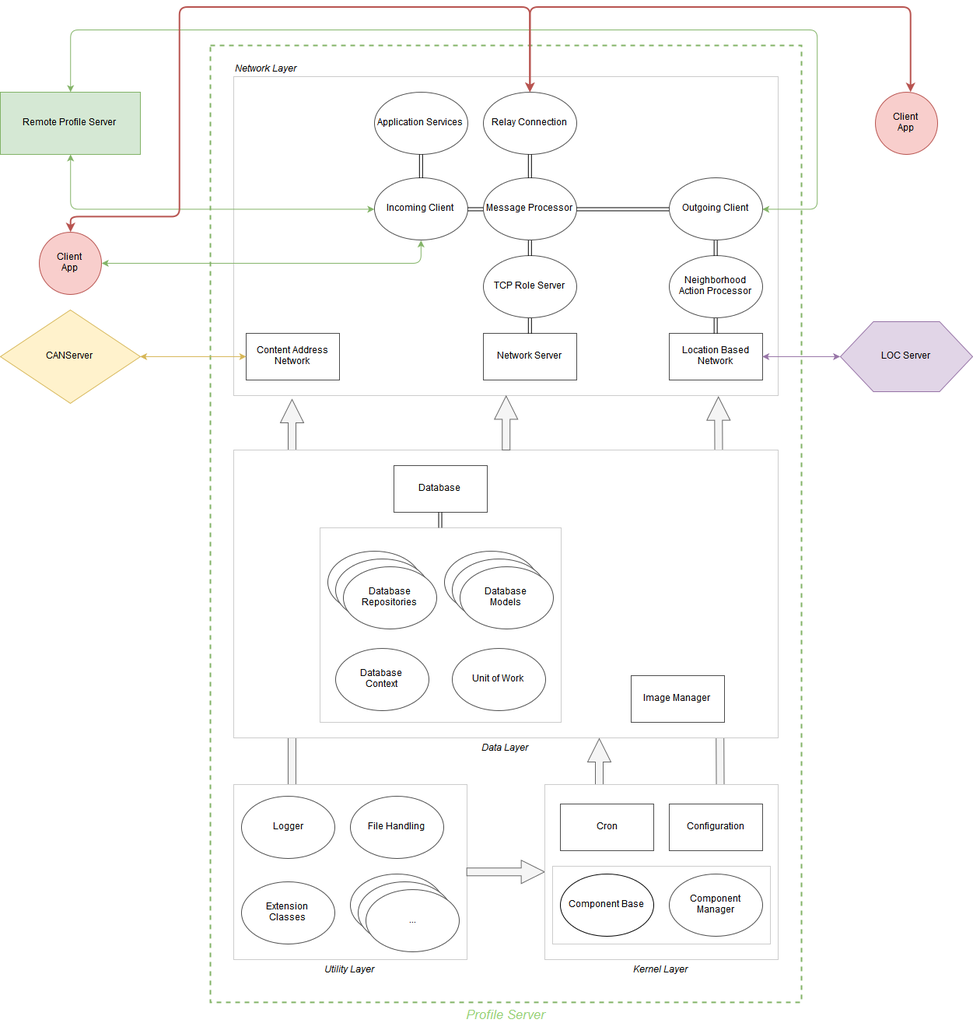
Above: docs/images/ps-component-layers.png in Internet-of-People/iop-profile-server (draw.io), before the change. Source tidied: cells renumbered, new cells last; positions are measured from the earlier drawing's top-left corner, leaving out a move shared by most shapes.
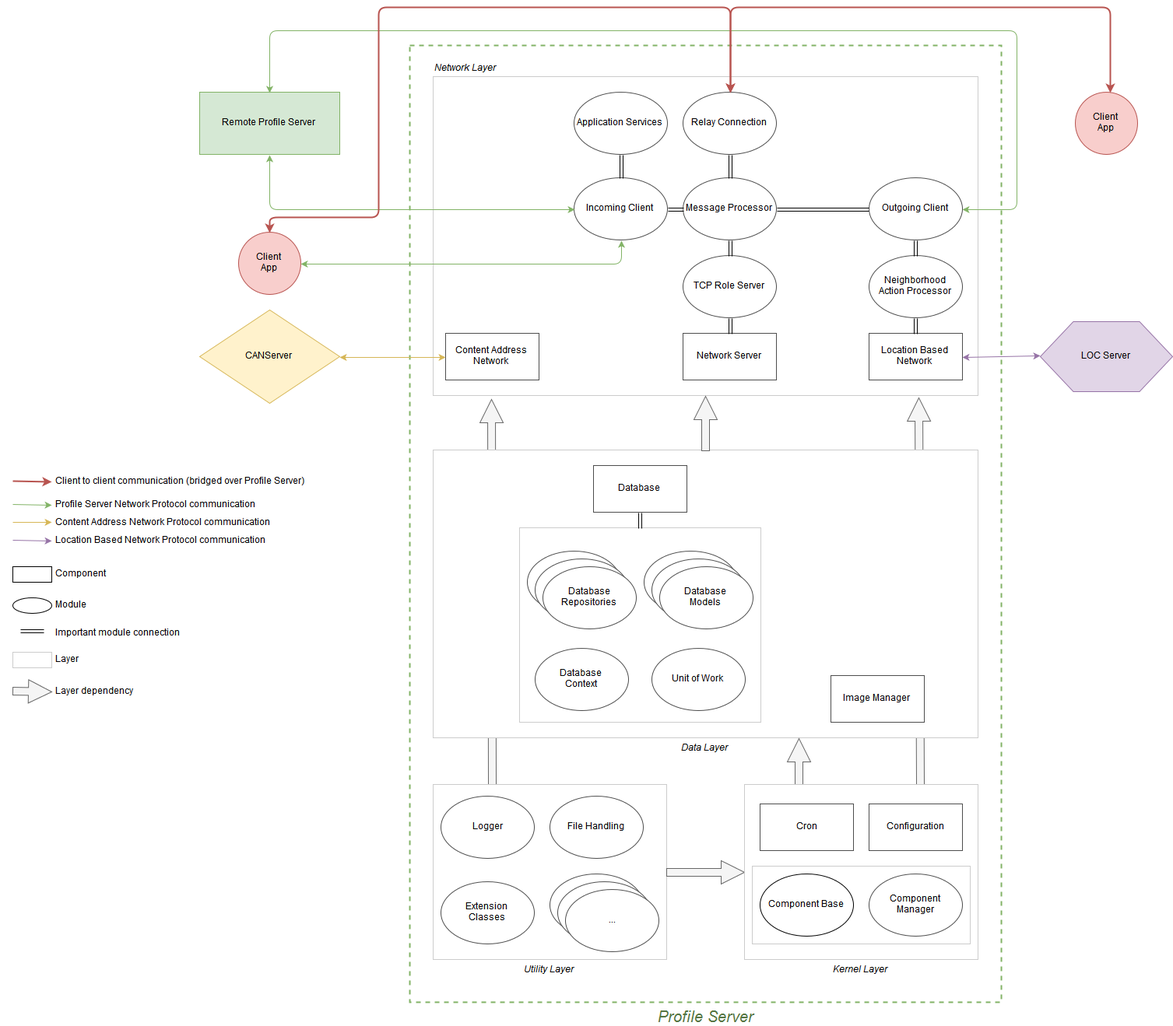
Later version of the same file.

What changed in the source:
```diff
@@ -2,7 +2,7 @@
   <root>
     <mxCell id="0" />
     <mxCell id="1" parent="0" />
-    <mxCell id="2" value="Profile Server&lt;br&gt;" style="whiteSpace=wrap;html=1;strokeColor=#82b366;fontColor=#97D077;align=center;fillColor=none;strokeWidth=2;dashed=1;labelPosition=center;verticalLabelPosition=bottom;verticalAlign=top;fontStyle=2;fontSize=17;" parent="1" vertex="1">
+    <mxCell id="2" value="Profile Server&lt;br&gt;" style="whiteSpace=wrap;html=1;strokeColor=#82b366;fontColor=#557543;align=center;fillColor=none;strokeWidth=2;dashed=1;labelPosition=center;verticalLabelPosition=bottom;verticalAlign=top;fontStyle=2;fontSize=20;" parent="1" vertex="1">
       <mxGeometry x="270" y="49" width="760" height="1230" as="geometry" />
     </mxCell>
     <mxCell id="3" style="endArrow=classic;html=1;strokeWidth=1;fontColor=#CCCCCC;exitX=0.75;exitY=0;entryX=0.89;entryY=1.005;entryPerimeter=0;shape=arrow;fillColor=#f5f5f5;strokeColor=#666666;" parent="1" edge="1" source="51" target="5">
@@ -231,5 +231,63 @@
         </Array>
       </mxGeometry>
     </mxCell>
+    <mxCell id="69" style="endArrow=classic;html=1;labelBackgroundColor=#CCCCCC;strokeWidth=2;fillColor=#f8cecc;fontSize=20;fontColor=#557543;strokeColor=#b85450;entryX=0;entryY=0.5;" parent="1" edge="1" target="70">
+      <mxGeometry relative="1" as="geometry">
+        <mxPoint x="-240" y="609" as="sourcePoint" />
+      </mxGeometry>
+    </mxCell>
+    <mxCell id="70" value="Client to client communication (bridged over Profile Server)&lt;br&gt;" style="text;html=1;strokeColor=none;fillColor=none;align=left;verticalAlign=middle;whiteSpace=wrap;dashed=1;fontSize=12;fontColor=#000000;spacingTop=0;spacingLeft=3;" parent="1" vertex="1">
+      <mxGeometry x="-190" y="599" width="340" height="20" as="geometry" />
+    </mxCell>
+    <mxCell id="71" style="endArrow=classic;html=1;labelBackgroundColor=#CCCCCC;strokeWidth=1;fillColor=#d5e8d4;fontSize=20;fontColor=#557543;strokeColor=#82b366;entryX=0;entryY=0.5;" parent="1" edge="1" target="72">
+      <mxGeometry relative="1" as="geometry">
+        <mxPoint x="-240" y="639" as="sourcePoint" />
+      </mxGeometry>
+    </mxCell>
+    <mxCell id="72" value="Profile Server Network Protocol communication&lt;br&gt;" style="text;html=1;strokeColor=none;fillColor=none;align=left;verticalAlign=middle;whiteSpace=wrap;dashed=1;fontSize=12;fontColor=#000000;spacingTop=0;spacingLeft=3;" parent="1" vertex="1">
+      <mxGeometry x="-190" y="629" width="340" height="20" as="geometry" />
+    </mxCell>
+    <mxCell id="73" style="endArrow=classic;html=1;labelBackgroundColor=#CCCCCC;strokeWidth=1;fillColor=#fff2cc;fontSize=20;fontColor=#557543;strokeColor=#d6b656;entryX=0;entryY=0.5;" parent="1" edge="1" target="74">
+      <mxGeometry relative="1" as="geometry">
+        <mxPoint x="-240" y="662" as="sourcePoint" />
+      </mxGeometry>
+    </mxCell>
+    <mxCell id="74" value="Content Address Network Protocol communication&lt;br&gt;" style="text;html=1;strokeColor=none;fillColor=none;align=left;verticalAlign=middle;whiteSpace=wrap;dashed=1;fontSize=12;fontColor=#000000;spacingTop=0;spacingLeft=3;" parent="1" vertex="1">
+      <mxGeometry x="-190" y="652" width="340" height="20" as="geometry" />
+    </mxCell>
+    <mxCell id="75" style="endArrow=classic;html=1;labelBackgroundColor=#CCCCCC;strokeWidth=1;fillColor=#e1d5e7;fontSize=20;fontColor=#557543;strokeColor=#9673a6;entryX=0;entryY=0.5;" parent="1" edge="1" target="76">
+      <mxGeometry relative="1" as="geometry">
+        <mxPoint x="-240" y="685" as="sourcePoint" />
+      </mxGeometry>
+    </mxCell>
+    <mxCell id="76" value="Location Based Network Protocol communication&lt;br&gt;" style="text;html=1;strokeColor=none;fillColor=none;align=left;verticalAlign=middle;whiteSpace=wrap;dashed=1;fontSize=12;fontColor=#000000;spacingTop=0;spacingLeft=3;" parent="1" vertex="1">
+      <mxGeometry x="-190" y="675" width="340" height="20" as="geometry" />
+    </mxCell>
+    <mxCell id="77" value="Component" style="whiteSpace=wrap;html=1;strokeColor=#000000;strokeWidth=1;fillColor=none;fontSize=12;fontColor=#000000;align=left;labelPosition=right;verticalLabelPosition=middle;verticalAlign=middle;spacingLeft=3;" parent="1" vertex="1">
+      <mxGeometry x="-240" y="719" width="50" height="20" as="geometry" />
+    </mxCell>
+    <mxCell id="78" value="Module" style="ellipse;whiteSpace=wrap;html=1;strokeColor=#000000;strokeWidth=1;fillColor=none;fontSize=12;fontColor=#000000;align=left;spacingLeft=3;labelPosition=right;verticalLabelPosition=middle;verticalAlign=middle;" parent="1" vertex="1">
+      <mxGeometry x="-240" y="759" width="50" height="20" as="geometry" />
+    </mxCell>
+    <mxCell id="79" value="Layer" style="whiteSpace=wrap;html=1;strokeColor=#CCCCCC;strokeWidth=1;fillColor=none;fontSize=12;fontColor=#000000;align=left;labelPosition=right;verticalLabelPosition=middle;verticalAlign=middle;spacingLeft=3;" parent="1" vertex="1">
+      <mxGeometry x="-240" y="829" width="50" height="20" as="geometry" />
+    </mxCell>
+    <mxCell id="80" style="endArrow=classic;startArrow=classic;html=1;labelBackgroundColor=#CCCCCC;strokeWidth=1;fillColor=#ffffff;fontSize=12;fontColor=#000000;shape=link;" parent="1" edge="1">
+      <mxGeometry relative="1" as="geometry">
+        <mxPoint x="-230" y="802" as="sourcePoint" />
+        <mxPoint x="-200" y="802" as="targetPoint" />
+      </mxGeometry>
+    </mxCell>
+    <mxCell id="81" value="Important module connection&lt;br&gt;" style="text;html=1;strokeColor=none;fillColor=none;align=left;verticalAlign=middle;whiteSpace=wrap;fontSize=12;fontColor=#000000;spacingLeft=3;" parent="1" vertex="1">
+      <mxGeometry x="-190" y="794" width="180" height="20" as="geometry" />
+    </mxCell>
+    <mxCell id="82" style="endArrow=classic;html=1;labelBackgroundColor=#CCCCCC;strokeWidth=1;fillColor=#f5f5f5;fontSize=12;fontColor=#000000;shape=arrow;strokeColor=#666666;entryX=0;entryY=0.5;" parent="1" edge="1" target="83">
+      <mxGeometry relative="1" as="geometry">
+        <mxPoint x="-240" y="879" as="sourcePoint" />
+      </mxGeometry>
+    </mxCell>
+    <mxCell id="83" value="Layer dependency&lt;br&gt;" style="text;html=1;strokeColor=none;fillColor=none;align=left;verticalAlign=middle;whiteSpace=wrap;fontSize=12;fontColor=#000000;spacingLeft=3;" parent="1" vertex="1">
+      <mxGeometry x="-190" y="869" width="200" height="20" as="geometry" />
+    </mxCell>
   </root>
 </mxGraphModel>
```
